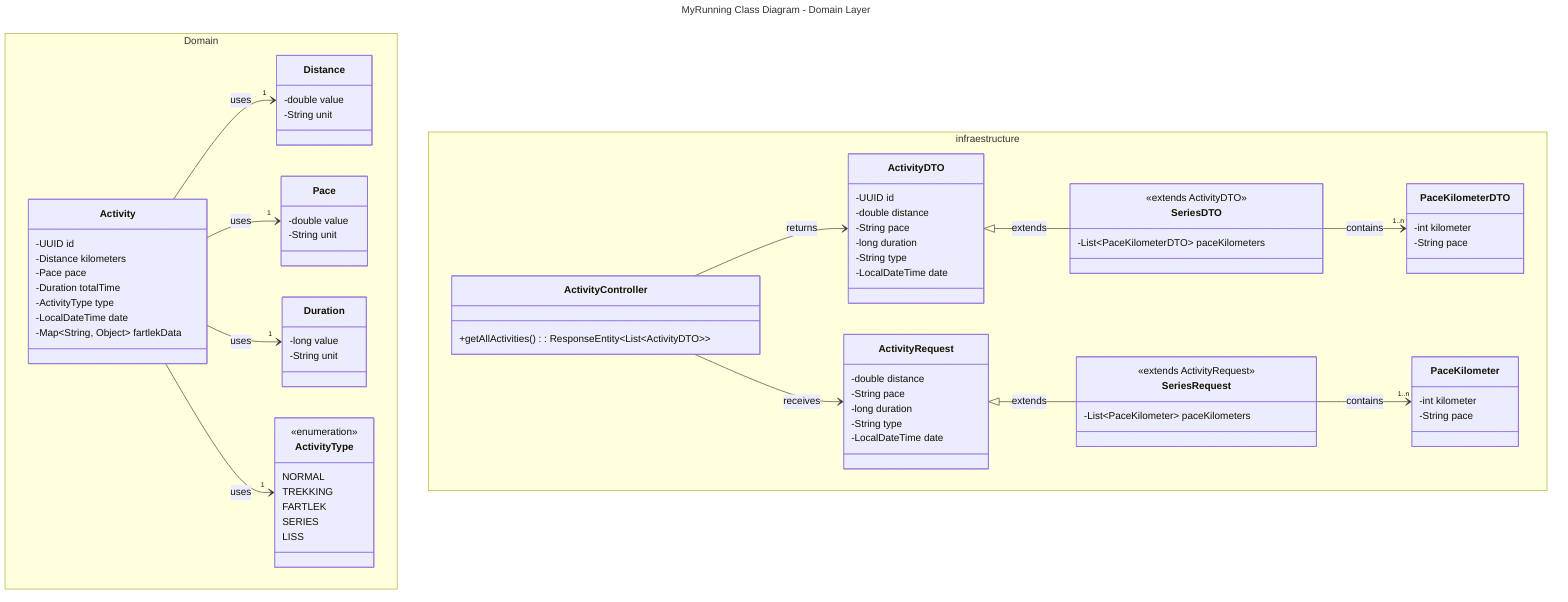
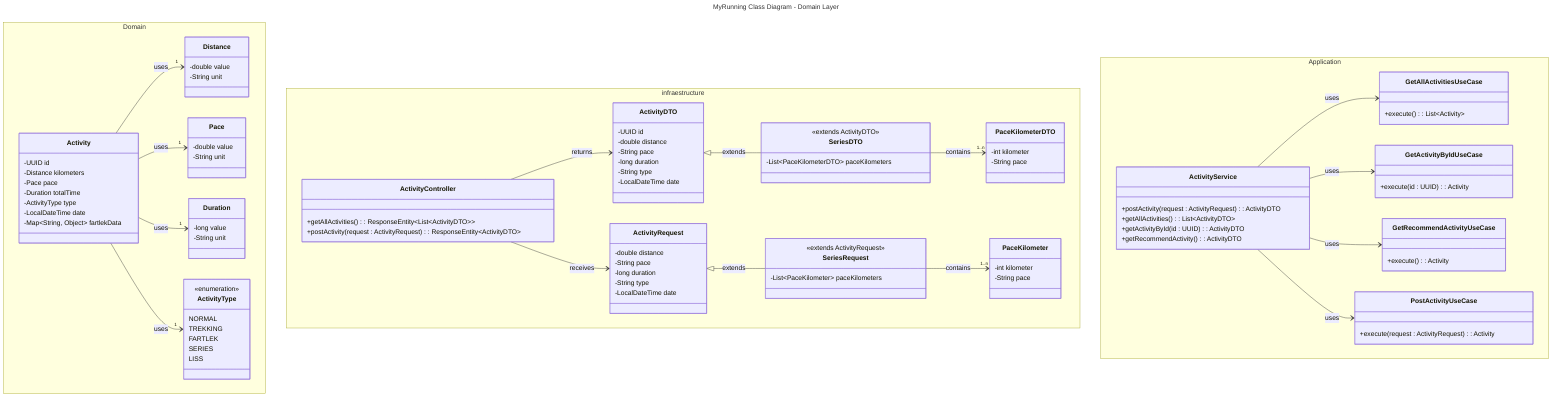
---
title: MyRunning Class Diagram - Domain Layer
---
classDiagram
    namespace Domain {
        class Activity {
            -UUID id
            -Distance kilometers
            -Pace pace
            -Duration totalTime
            -ActivityType type
            -LocalDateTime date
            -Map~String, Object~ fartlekData
        }

        class Distance {
            -double value
            -String unit
        }

        class Pace {
            -double value
            -String unit
        }

        class Duration {
            -long value
            -String unit
        }

        class ActivityType {
            <<enumeration>>
            NORMAL
            TREKKING
            FARTLEK
            SERIES
            LISS
        }
    }

    namespace infraestructure {
        class ActivityController {
            +getAllActivities() : ResponseEntity~List~ActivityDTO~~
+             +postActivity(request : ActivityRequest) : ResponseEntity~ActivityDTO~
        }

        class ActivityDTO {
            -UUID id
            -double distance
            -String pace
            -long duration
            -String type
            -LocalDateTime date
        }

        class SeriesDTO {
            <<extends ActivityDTO>>
            -List~PaceKilometerDTO~ paceKilometers
        }

        class PaceKilometerDTO {
            -int kilometer
            -String pace
        }

        class ActivityRequest {
            -double distance
            -String pace
            -long duration
            -String type
            -LocalDateTime date
        }

        class SeriesRequest {
            <<extends ActivityRequest>>
            -List~PaceKilometer~ paceKilometers
        }

        class PaceKilometer {
            -int kilometer
            -String pace
        }


    }

+     namespace Application {
+         class ActivityService {
+             +postActivity(request : ActivityRequest) : ActivityDTO
+             +getAllActivities() : List~ActivityDTO~
+             +getActivityById(id : UUID) : ActivityDTO
+             +getRecommendActivity() : ActivityDTO
+         }
+ 
+         class GetAllActivitiesUseCase {
+             +execute() : List~Activity~
+         }
+ 
+         class GetActivityByIdUseCase {
+             +execute(id : UUID) : Activity
+         }
+ 
+         class PostActivityUseCase {
+             +execute(request : ActivityRequest) : Activity
+         }
+ 
+         class GetRecommendActivityUseCase {
+             +execute() : Activity
+         }
+ 
+     }
+ 
    %% Relaciones capa DOMINIO
    Activity --> "1" Distance : uses
    Activity --> "1" Pace : uses
    Activity --> "1" Duration : uses
    Activity --> "1" ActivityType : uses

    %% Relaciones capa INFRAESTRUCTURE
    ActivityController --> ActivityDTO : returns
    ActivityDTO <|-- SeriesDTO : extends
    SeriesDTO --> "1..n" PaceKilometerDTO : contains
    ActivityController --> ActivityRequest : receives
    ActivityRequest <|-- SeriesRequest : extends
-     SeriesRequest --> "1..n" PaceKilometer : contains+     SeriesRequest --> "1..n" PaceKilometer : contains
+ 
+     %% Relaciones capa APPLICATION
+     ActivityService --> GetAllActivitiesUseCase : uses
+     ActivityService --> GetActivityByIdUseCase : uses
+     ActivityService --> GetRecommendActivityUseCase : uses
+     ActivityService --> PostActivityUseCase : uses